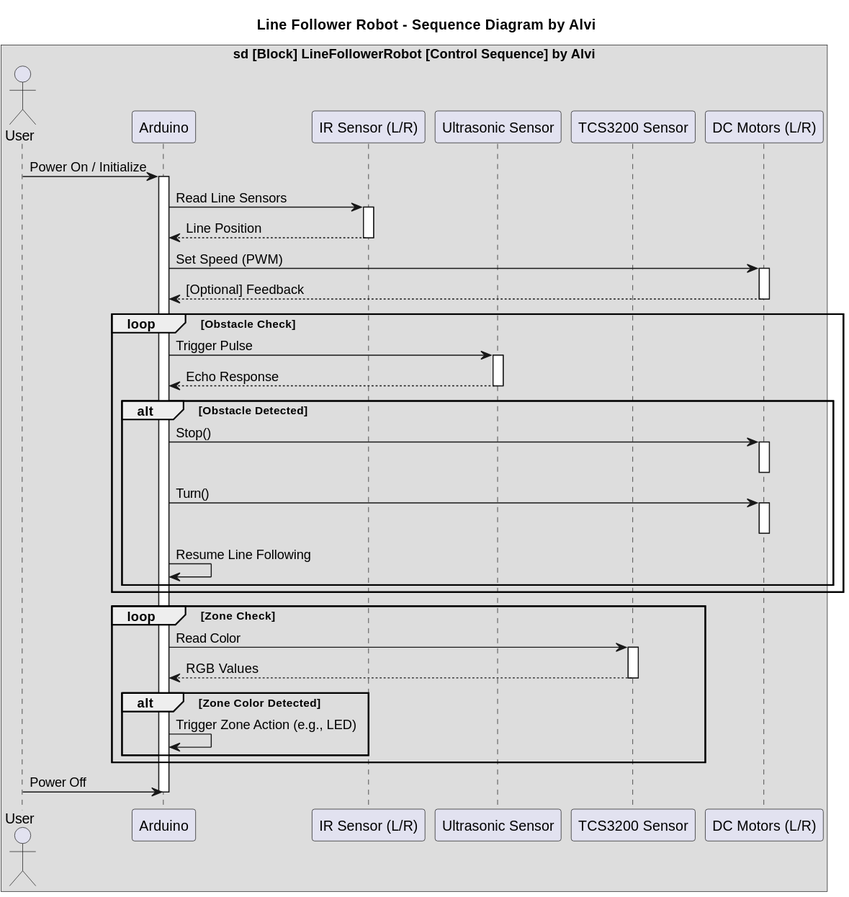
Before: Final SysML Diagram/sequence_diagram.svg, a diagram exported from PlantUML (alvi231078/D2---Line-Follower-Robot).
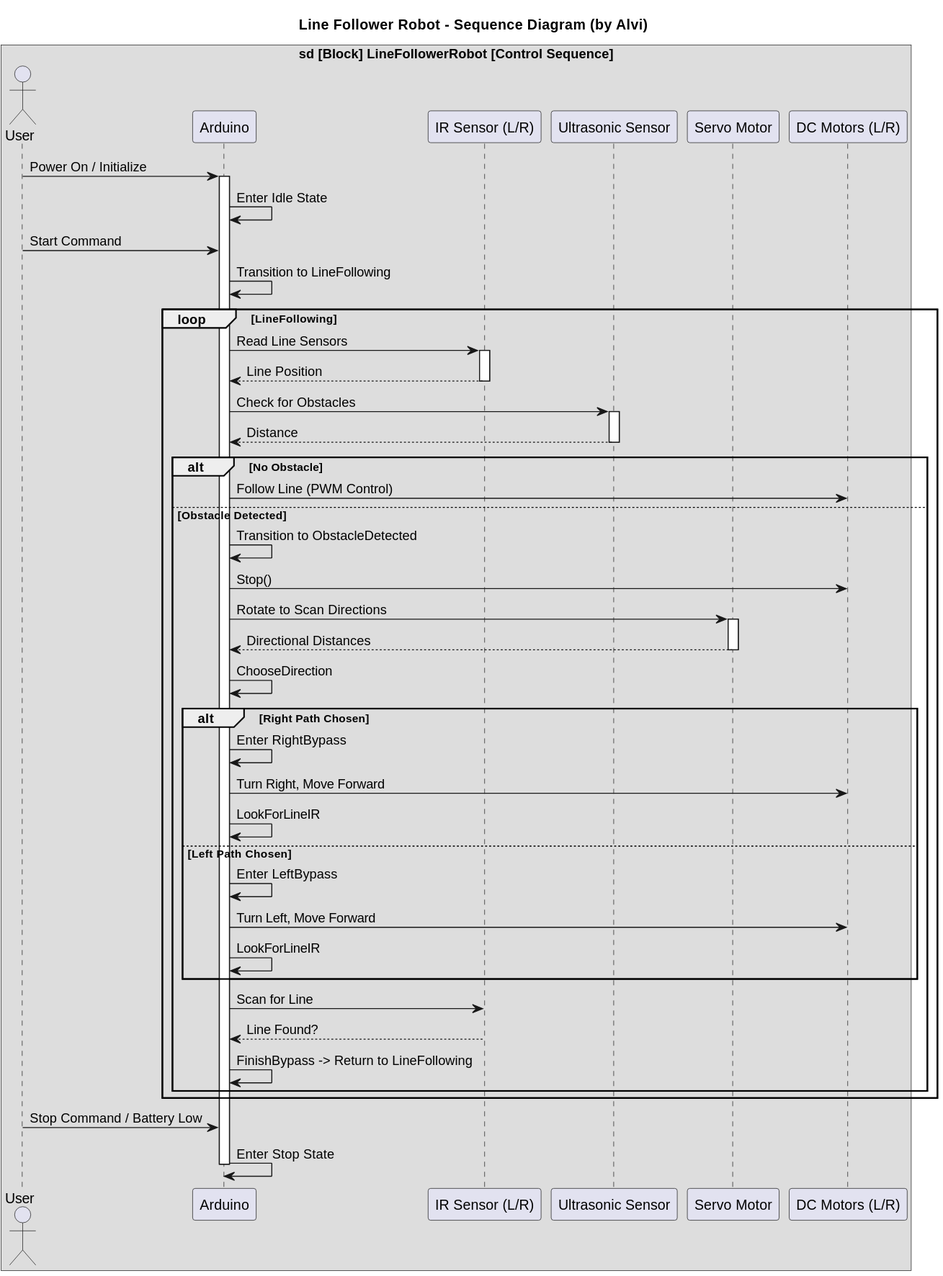
After the change.

The edit, as a diff of the source:
```diff
@@ -1,59 +1,65 @@
 @startuml
-title Line Follower Robot - Sequence Diagram by Alvi
+title Line Follower Robot - Sequence Diagram (by Alvi)
 
-box "sd [Block] LineFollowerRobot [Control Sequence] by Alvi"
+box "sd [Block] LineFollowerRobot [Control Sequence]"
 
 actor User
 participant Arduino
 participant IRSensor as "IR Sensor (L/R)"
 participant UltrasonicSensor as "Ultrasonic Sensor"
-participant ColorSensor as "TCS3200 Sensor"
+participant Servo as "Servo Motor"
 participant Motors as "DC Motors (L/R)"
 
 User -> Arduino : Power On / Initialize
 activate Arduino
 
-Arduino -> IRSensor : Read Line Sensors
-activate IRSensor
-IRSensor --> Arduino : Line Position
-deactivate IRSensor
+Arduino -> Arduino : Enter Idle State
 
-Arduino -> Motors : Set Speed (PWM)
-activate Motors
-Motors --> Arduino : [Optional] Feedback
-deactivate Motors
+User -> Arduino : Start Command
+Arduino -> Arduino : Transition to LineFollowing
 
-loop Obstacle Check
-  Arduino -> UltrasonicSensor : Trigger Pulse
+loop LineFollowing
+  Arduino -> IRSensor : Read Line Sensors
+  activate IRSensor
+  IRSensor --> Arduino : Line Position
+  deactivate IRSensor
+
+  Arduino -> UltrasonicSensor : Check for Obstacles
   activate UltrasonicSensor
-  UltrasonicSensor --> Arduino : Echo Response
+  UltrasonicSensor --> Arduino : Distance
   deactivate UltrasonicSensor
 
-  alt Obstacle Detected
+  alt No Obstacle
+    Arduino -> Motors : Follow Line (PWM Control)
+  else Obstacle Detected
+    Arduino -> Arduino : Transition to ObstacleDetected
+
     Arduino -> Motors : Stop()
-    activate Motors
-    deactivate Motors
+    Arduino -> Servo : Rotate to Scan Directions
+    activate Servo
+    Servo --> Arduino : Directional Distances
+    deactivate Servo
 
-    Arduino -> Motors : Turn()
-    activate Motors
-    deactivate Motors
+    Arduino -> Arduino : ChooseDirection
 
-    Arduino -> Arduino : Resume Line Following
+    alt Right Path Chosen
+      Arduino -> Arduino : Enter RightBypass
+      Arduino -> Motors : Turn Right, Move Forward
+      Arduino -> Arduino : LookForLineIR
+    else Left Path Chosen
+      Arduino -> Arduino : Enter LeftBypass
+      Arduino -> Motors : Turn Left, Move Forward
+      Arduino -> Arduino : LookForLineIR
+    end
+
+    Arduino -> IRSensor : Scan for Line
+    IRSensor --> Arduino : Line Found?
+    Arduino -> Arduino : FinishBypass -> Return to LineFollowing
   end
 end
 
-loop Zone Check
-  Arduino -> ColorSensor : Read Color
-  activate ColorSensor
-  ColorSensor --> Arduino : RGB Values
-  deactivate ColorSensor
-
-  alt Zone Color Detected
-    Arduino -> Arduino : Trigger Zone Action (e.g., LED)
-  end
-end
-
-User -> Arduino : Power Off
+User -> Arduino : Stop Command / Battery Low
+Arduino -> Arduino : Enter Stop State
 deactivate Arduino
 
 end box
```
